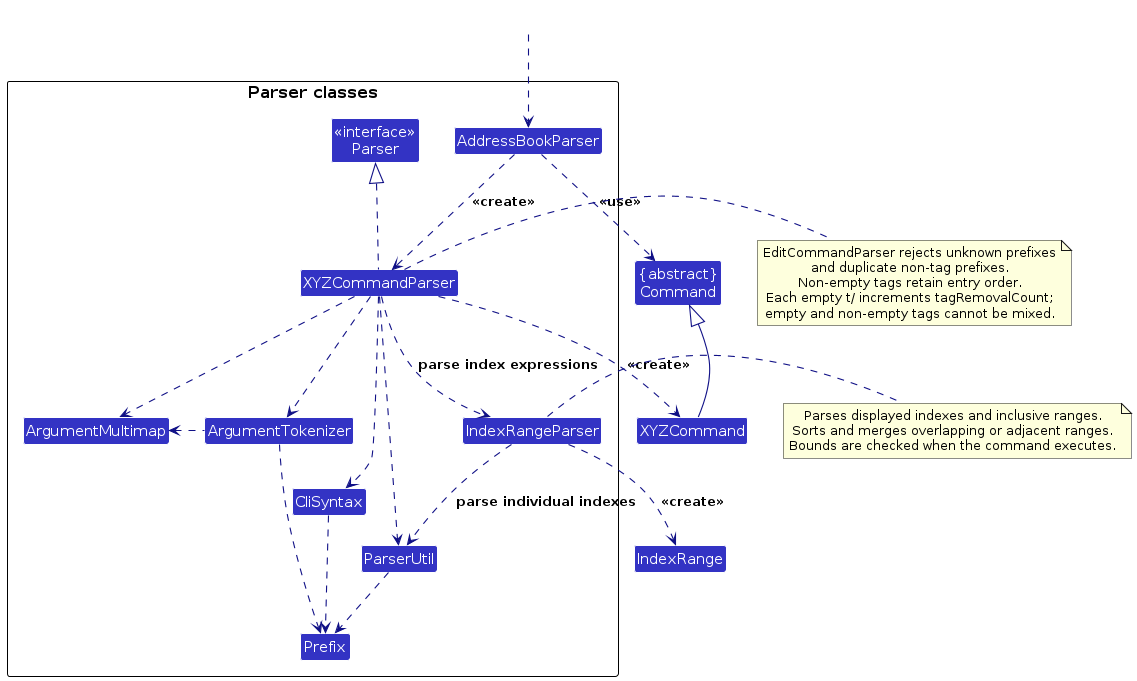
The PlantUML diagram diagrams/ParserClasses.png in AY2627S1-CS2103T-T11-2/tp, before a commit. Its source is kept beside it as diagrams/ParserClasses.puml.
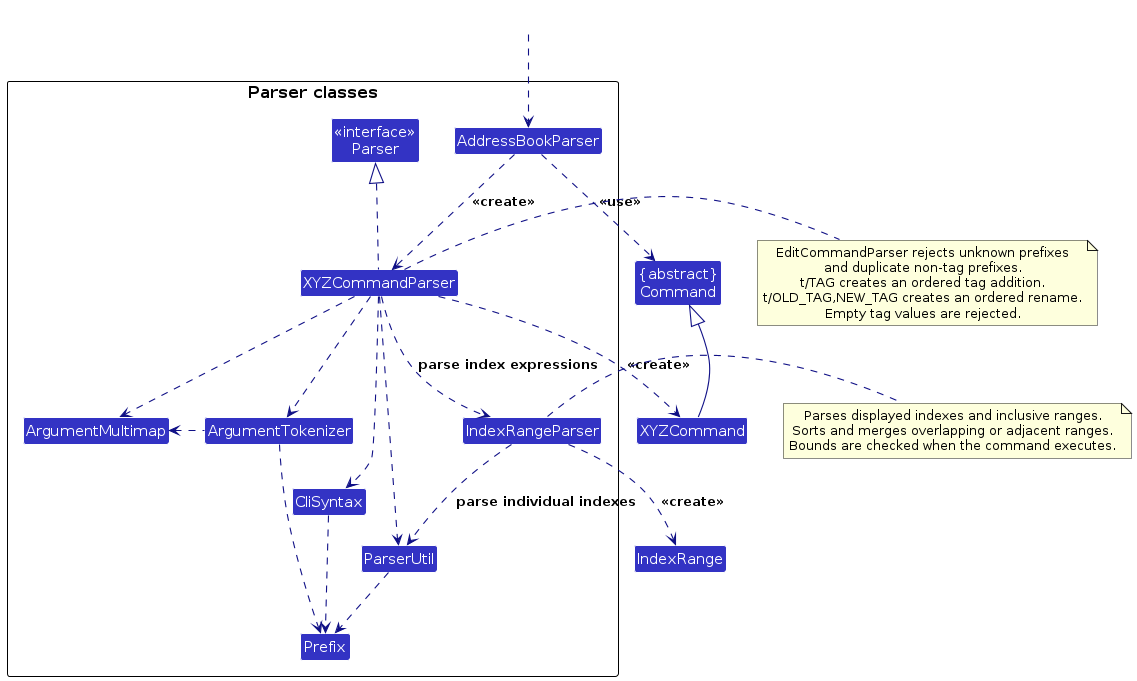
After the commit.

The edit, as a diff of the source:
```diff
@@ -41,9 +41,9 @@
 note right of XYZCommandParser
   EditCommandParser rejects unknown prefixes
   and duplicate non-tag prefixes.
-  Non-empty tags retain entry order.
-  Each empty t/ increments tagRemovalCount;
-  empty and non-empty tags cannot be mixed.
+  t/TAG creates an ordered tag addition.
+  t/OLD_TAG,NEW_TAG creates an ordered rename.
+  Empty tag values are rejected.
 end note
 
 note right of IndexRangeParser
```
